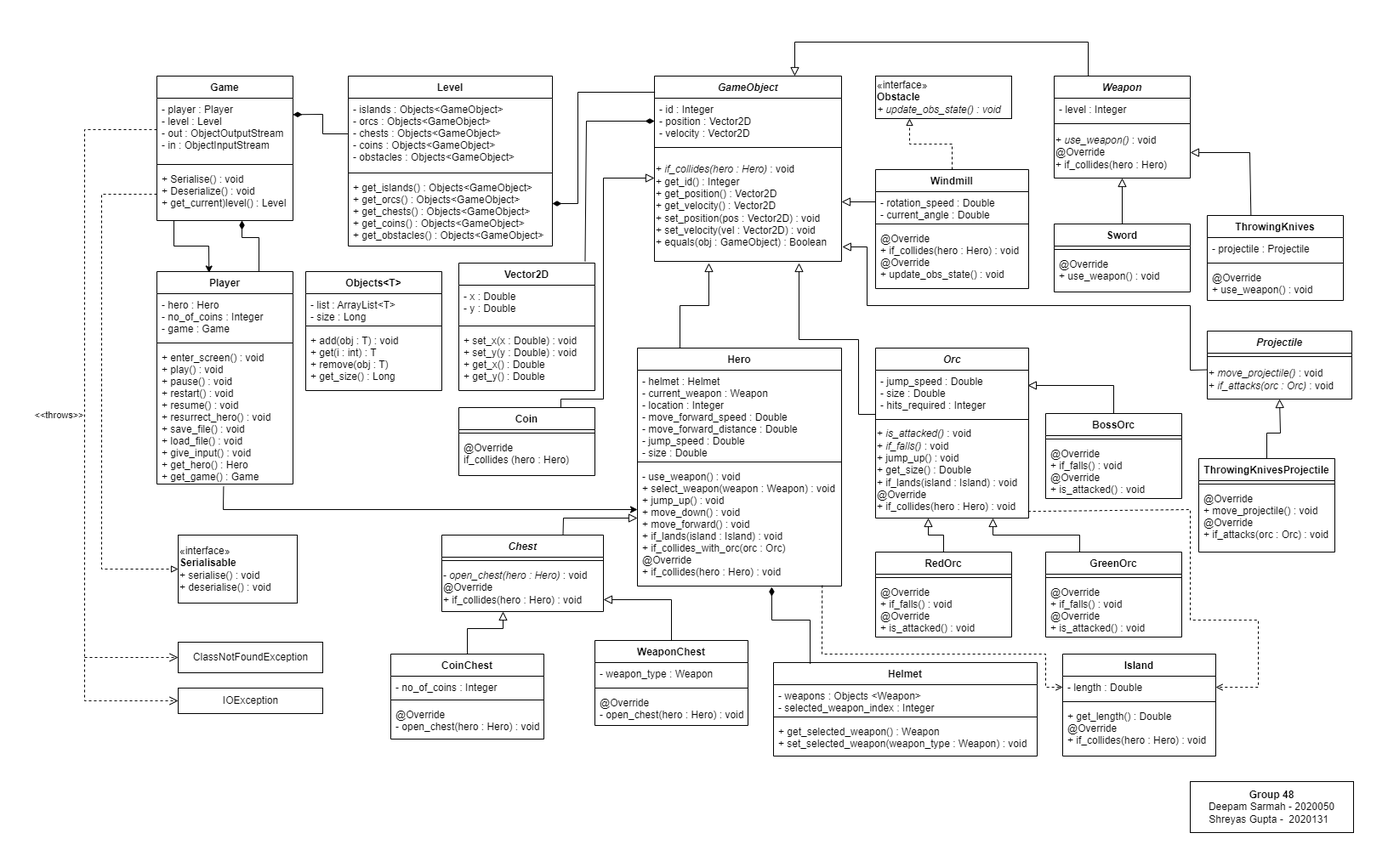
Before: UML Diagrams/UML Class Diagram - Group 48.png, a diagram exported from draw.io (deepam20050/WillHero-JavaFX). Source tidied: cells renumbered, new cells last; positions are measured from the earlier drawing's top-left corner, leaving out a move shared by most shapes.
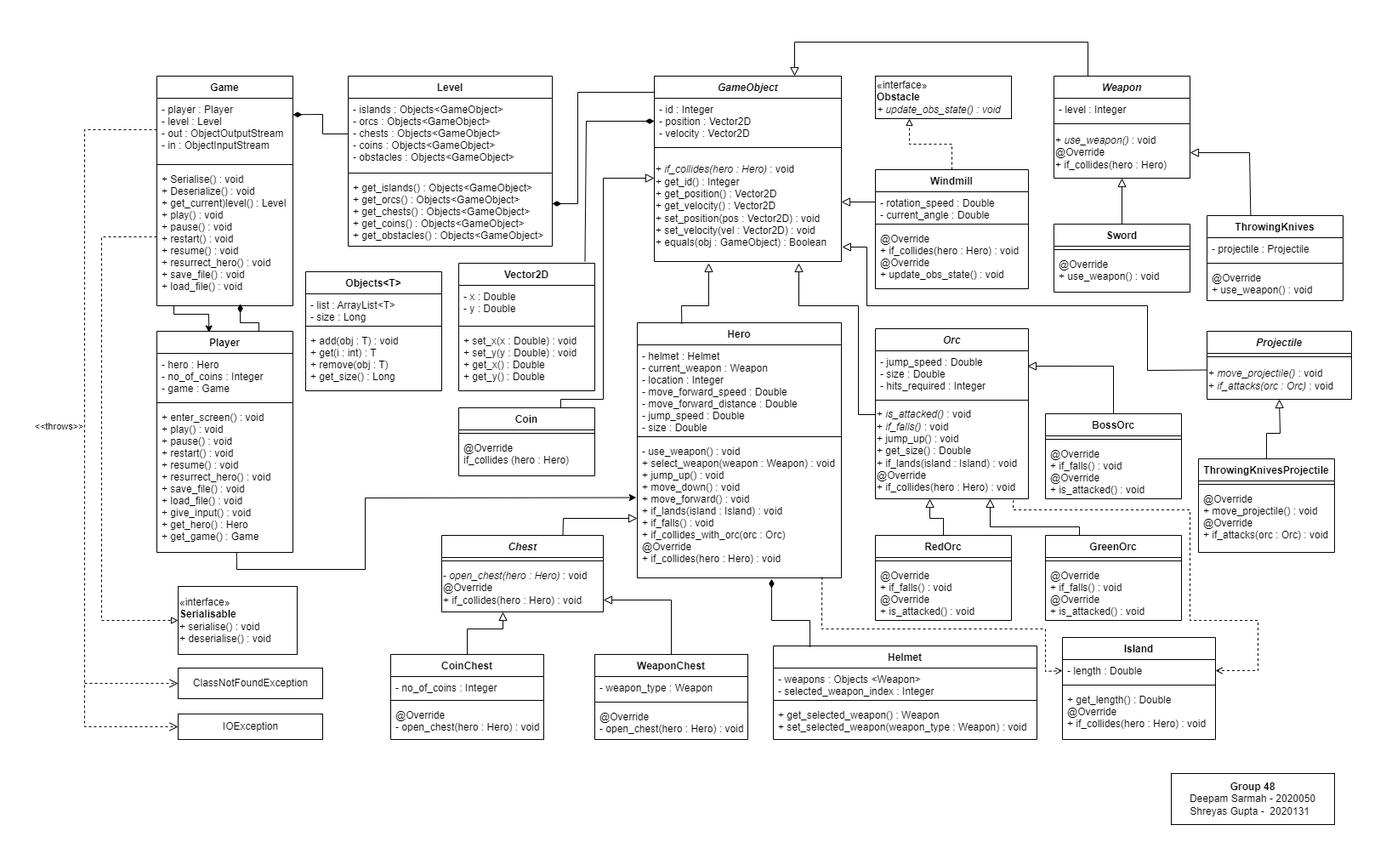
The same diagram one commit later.

Commit message:
Final Class Diagram

What changed in the source:
```diff
@@ -36,3 +36,3 @@
     <mxCell id="11" value="Hero" style="swimlane;fontStyle=1;align=center;verticalAlign=top;horizontal=1;startSize=26;" parent="1" vertex="1">
-      <mxGeometry x="650" y="360" width="240" height="280" as="geometry" />
+      <mxGeometry x="650" y="330" width="240" height="300" as="geometry" />
     </mxCell>
@@ -44,11 +44,10 @@
     </mxCell>
-    <mxCell id="14" value="- use_weapon() : void&#10;+ select_weapon(weapon : Weapon) : void&#10;+ jump_up() : void&#10;+ move_down() : void&#10;+ move_forward() : void&#10;+ if_lands(island : Island) : void&#10;+ if_collides_with_orc(orc : Orc)&#10;@Override&#10;+ if_collides(hero : Hero) : void" style="text;strokeColor=none;fillColor=none;align=left;verticalAlign=top;spacingLeft=4;spacingRight=4;overflow=hidden;points=[[0,0.5],[1,0.5]];portConstraint=eastwest;" parent="11" vertex="1">
-      <mxGeometry y="138" width="240" height="142" as="geometry" />
+    <mxCell id="14" value="- use_weapon() : void&#10;+ select_weapon(weapon : Weapon) : void&#10;+ jump_up() : void&#10;+ move_down() : void&#10;+ move_forward() : void&#10;+ if_lands(island : Island) : void&#10;+ if_falls() : void&#10;+ if_collides_with_orc(orc : Orc)&#10;@Override&#10;+ if_collides(hero : Hero) : void" style="text;strokeColor=none;fillColor=none;align=left;verticalAlign=top;spacingLeft=4;spacingRight=4;overflow=hidden;points=[[0,0.5],[1,0.5]];portConstraint=eastwest;" parent="11" vertex="1">
+      <mxGeometry y="138" width="240" height="162" as="geometry" />
     </mxCell>
-    <mxCell id="15" style="endArrow=block;html=1;rounded=0;align=center;verticalAlign=bottom;endFill=0;labelBackgroundColor=none;endSize=8;" parent="1" edge="1">
+    <mxCell id="15" style="endArrow=block;html=1;rounded=0;align=center;verticalAlign=bottom;endFill=0;labelBackgroundColor=none;endSize=8;exitX=0.218;exitY=0.003;exitDx=0;exitDy=0;exitPerimeter=0;" parent="1" edge="1" source="11">
       <mxGeometry relative="1" as="geometry">
-        <mxPoint x="700" y="360" as="sourcePoint" />
         <mxPoint x="734" y="260" as="targetPoint" />
         <Array as="points">
-          <mxPoint x="700" y="310" />
+          <mxPoint x="702" y="310" />
           <mxPoint x="734" y="310" />
@@ -101,3 +100,3 @@
     <mxCell id="28" value="WeaponChest" style="swimlane;fontStyle=1;align=center;verticalAlign=top;horizontal=1;startSize=26;" parent="1" vertex="1">
-      <mxGeometry x="600" y="704" width="180" height="100" as="geometry" />
+      <mxGeometry x="600" y="720" width="180" height="100" as="geometry" />
     </mxCell>
@@ -125,3 +124,3 @@
     <mxCell id="36" value="Orc" style="swimlane;fontStyle=3;align=center;verticalAlign=top;horizontal=1;startSize=26;" parent="1" vertex="1">
-      <mxGeometry x="930" y="360" width="180" height="200" as="geometry" />
+      <mxGeometry x="930" y="337" width="180" height="200" as="geometry" />
     </mxCell>
@@ -137,3 +136,3 @@
     <mxCell id="40" value="GreenOrc" style="swimlane;fontStyle=1;align=center;verticalAlign=top;horizontal=1;startSize=26;" parent="1" vertex="1">
-      <mxGeometry x="1130" y="600" width="160" height="100" as="geometry" />
+      <mxGeometry x="1130" y="580" width="160" height="100" as="geometry" />
     </mxCell>
@@ -146,3 +145,3 @@
     <mxCell id="43" value="RedOrc" style="swimlane;fontStyle=1;align=center;verticalAlign=top;horizontal=1;startSize=26;" parent="1" vertex="1">
-      <mxGeometry x="930" y="600" width="160" height="100" as="geometry" />
+      <mxGeometry x="930" y="580" width="160" height="100" as="geometry" />
     </mxCell>
@@ -164,3 +163,3 @@
     <mxCell id="49" value="Helmet" style="swimlane;fontStyle=1;align=center;verticalAlign=top;horizontal=1;startSize=26;" parent="1" vertex="1">
-      <mxGeometry x="810" y="730" width="310" height="110" as="geometry" />
+      <mxGeometry x="810" y="710" width="310" height="110" as="geometry" />
     </mxCell>
@@ -188,3 +187,3 @@
     <mxCell id="57" value="Island" style="swimlane;fontStyle=1;align=center;verticalAlign=top;horizontal=1;startSize=26;" parent="1" vertex="1">
-      <mxGeometry x="1150" y="720" width="180" height="120" as="geometry" />
+      <mxGeometry x="1150" y="700" width="180" height="120" as="geometry" />
     </mxCell>
@@ -200,3 +199,3 @@
     <mxCell id="61" value="Game" style="swimlane;fontStyle=1;align=center;verticalAlign=top;horizontal=1;startSize=26;" parent="1" vertex="1">
-      <mxGeometry x="85" y="40" width="160" height="170" as="geometry" />
+      <mxGeometry x="85" y="40" width="160" height="270" as="geometry" />
     </mxCell>
@@ -208,7 +207,7 @@
     </mxCell>
-    <mxCell id="64" value="+ Serialise() : void&#10;+ Deserialize() : void&#10;+ get_current)level() : Level" style="text;strokeColor=none;fillColor=none;align=left;verticalAlign=top;spacingLeft=4;spacingRight=4;overflow=hidden;points=[[0,0.5],[1,0.5]];portConstraint=eastwest;" parent="61" vertex="1">
-      <mxGeometry y="108" width="160" height="62" as="geometry" />
+    <mxCell id="64" value="+ Serialise() : void&#10;+ Deserialize() : void&#10;+ get_current)level() : Level&#10;+ play() : void&#10;+ pause() : void&#10;+ restart() : void&#10;+ resume() : void&#10;+ resurrect_hero() : void&#10;+ save_file() : void&#10;+ load_file() : void" style="text;strokeColor=none;fillColor=none;align=left;verticalAlign=top;spacingLeft=4;spacingRight=4;overflow=hidden;points=[[0,0.5],[1,0.5]];portConstraint=eastwest;" parent="61" vertex="1">
+      <mxGeometry y="108" width="160" height="162" as="geometry" />
     </mxCell>
     <mxCell id="65" value="Player" style="swimlane;fontStyle=1;align=center;verticalAlign=top;horizontal=1;startSize=26;" parent="1" vertex="1">
-      <mxGeometry x="85" y="270" width="160" height="250" as="geometry" />
+      <mxGeometry x="85" y="340" width="160" height="260" as="geometry" />
     </mxCell>
@@ -221,3 +220,3 @@
     <mxCell id="68" value="+ enter_screen() : void&#10;+ play() : void&#10;+ pause() : void&#10;+ restart() : void&#10;+ resume() : void&#10;+ resurrect_hero() : void&#10;+ save_file() : void&#10;+ load_file() : void&#10;+ give_input() : void&#10;+ get_hero() : Hero&#10;+ get_game() : Game&#10;" style="text;strokeColor=none;fillColor=none;align=left;verticalAlign=top;spacingLeft=4;spacingRight=4;overflow=hidden;points=[[0,0.5],[1,0.5]];portConstraint=eastwest;" parent="65" vertex="1">
-      <mxGeometry y="88" width="160" height="162" as="geometry" />
+      <mxGeometry y="88" width="160" height="172" as="geometry" />
     </mxCell>
@@ -277,4 +276,4 @@
           <mxPoint x="910" y="438" />
-          <mxPoint x="910" y="350" />
-          <mxPoint x="840" y="350" />
+          <mxPoint x="910" y="310" />
+          <mxPoint x="840" y="310" />
         </Array>
@@ -283,8 +282,7 @@
     </mxCell>
-    <mxCell id="79" style="endArrow=block;html=1;rounded=0;align=center;verticalAlign=bottom;endFill=0;labelBackgroundColor=none;endSize=8;exitX=0.5;exitY=0;exitDx=0;exitDy=0;" parent="1" edge="1" source="43">
+    <mxCell id="79" style="endArrow=block;html=1;rounded=0;align=center;verticalAlign=bottom;endFill=0;labelBackgroundColor=none;endSize=8;exitX=0.5;exitY=0;exitDx=0;exitDy=0;entryX=0.356;entryY=1;entryDx=0;entryDy=0;entryPerimeter=0;" parent="1" edge="1" source="43" target="39">
       <mxGeometry x="-1" y="173" relative="1" as="geometry">
-        <mxPoint x="992" y="560" as="targetPoint" />
         <Array as="points">
-          <mxPoint x="1010" y="580" />
-          <mxPoint x="992" y="580" />
+          <mxPoint x="1010" y="560" />
+          <mxPoint x="994" y="560" />
         </Array>
@@ -296,3 +294,3 @@
         <Array as="points">
-          <mxPoint x="1210" y="404" />
+          <mxPoint x="1210" y="381" />
         </Array>
@@ -301,8 +299,7 @@
     </mxCell>
-    <mxCell id="81" style="endArrow=block;html=1;rounded=0;align=center;verticalAlign=bottom;endFill=0;labelBackgroundColor=none;endSize=8;exitX=0.25;exitY=0;exitDx=0;exitDy=0;" parent="1" edge="1" source="40">
+    <mxCell id="81" style="endArrow=block;html=1;rounded=0;align=center;verticalAlign=bottom;endFill=0;labelBackgroundColor=none;endSize=8;exitX=0.25;exitY=0;exitDx=0;exitDy=0;entryX=0.75;entryY=1;entryDx=0;entryDy=0;" parent="1" edge="1" source="40" target="39">
       <mxGeometry x="-1" y="173" relative="1" as="geometry">
-        <mxPoint x="1068" y="560" as="targetPoint" />
         <Array as="points">
-          <mxPoint x="1170" y="580" />
-          <mxPoint x="1068" y="580" />
+          <mxPoint x="1170" y="570" />
+          <mxPoint x="1065" y="570" />
         </Array>
@@ -327,8 +324,7 @@
     </mxCell>
-    <mxCell id="84" style="endArrow=none;startArrow=diamondThin;endFill=0;startFill=1;html=1;verticalAlign=bottom;labelBackgroundColor=none;strokeWidth=1;startSize=8;endSize=8;rounded=0;entryX=0.75;entryY=0;entryDx=0;entryDy=0;" parent="1" edge="1" target="65">
+    <mxCell id="84" style="endArrow=none;startArrow=diamondThin;endFill=0;startFill=1;html=1;verticalAlign=bottom;labelBackgroundColor=none;strokeWidth=1;startSize=8;endSize=8;rounded=0;entryX=0.75;entryY=0;entryDx=0;entryDy=0;exitX=0.613;exitY=0.986;exitDx=0;exitDy=0;exitPerimeter=0;" parent="1" edge="1" source="64" target="65">
       <mxGeometry relative="1" as="geometry">
-        <mxPoint x="185" y="210" as="sourcePoint" />
         <Array as="points">
-          <mxPoint x="185" y="230" />
-          <mxPoint x="205" y="230" />
+          <mxPoint x="183" y="330" />
+          <mxPoint x="205" y="330" />
         </Array>
@@ -339,4 +335,4 @@
         <Array as="points">
-          <mxPoint x="105" y="240" />
-          <mxPoint x="146" y="240" />
+          <mxPoint x="105" y="320" />
+          <mxPoint x="146" y="320" />
         </Array>
@@ -344,7 +340,8 @@
     </mxCell>
-    <mxCell id="86" style="endArrow=classic;html=1;rounded=0;exitX=0.49;exitY=1.019;exitDx=0;exitDy=0;exitPerimeter=0;" parent="1" edge="1" source="68">
+    <mxCell id="86" style="endArrow=classic;html=1;rounded=0;exitX=0.586;exitY=1;exitDx=0;exitDy=0;exitPerimeter=0;entryX=-0.005;entryY=0.417;entryDx=0;entryDy=0;entryPerimeter=0;" parent="1" edge="1" source="68" target="14">
       <mxGeometry relative="1" as="geometry">
-        <mxPoint x="650" y="550" as="targetPoint" />
         <Array as="points">
-          <mxPoint x="163" y="550" />
+          <mxPoint x="179" y="620" />
+          <mxPoint x="330" y="620" />
+          <mxPoint x="330" y="536" />
         </Array>
@@ -438,4 +435,4 @@
         <Array as="points">
-          <mxPoint x="1300" y="386" />
-          <mxPoint x="1300" y="310" />
+          <mxPoint x="1250" y="386" />
+          <mxPoint x="1250" y="310" />
           <mxPoint x="920" y="310" />
@@ -456,6 +453,6 @@
     <mxCell id="111" value="ClassNotFoundException" style="html=1;" parent="1" vertex="1">
-      <mxGeometry x="110" y="706" width="170" height="36" as="geometry" />
+      <mxGeometry x="110" y="736" width="170" height="36" as="geometry" />
     </mxCell>
     <mxCell id="112" value="IOException" style="html=1;" parent="1" vertex="1">
-      <mxGeometry x="110" y="760" width="170" height="30" as="geometry" />
+      <mxGeometry x="110" y="790" width="170" height="30" as="geometry" />
     </mxCell>
@@ -465,3 +462,3 @@
           <mxPoint y="103" />
-          <mxPoint y="775" />
+          <mxPoint y="805" />
         </Array>
@@ -471,3 +468,3 @@
       <mxGeometry relative="1" as="geometry">
-        <mxPoint y="724" as="sourcePoint" />
+        <mxPoint y="754" as="sourcePoint" />
       </mxGeometry>
@@ -475,3 +472,3 @@
     <mxCell id="115" value="«interface»&lt;br&gt;&lt;b&gt;Serialisable&lt;/b&gt;&lt;br&gt;+ serialise() : void&lt;br&gt;+ deserialise() : void" style="html=1;align=left;" parent="1" vertex="1">
-      <mxGeometry x="110" y="580" width="140" height="80" as="geometry" />
+      <mxGeometry x="110" y="640" width="140" height="80" as="geometry" />
     </mxCell>
@@ -480,4 +477,4 @@
         <Array as="points">
-          <mxPoint x="20" y="179" />
-          <mxPoint x="20" y="620" />
+          <mxPoint x="20" y="229" />
+          <mxPoint x="20" y="680" />
         </Array>
@@ -488,5 +485,5 @@
         <Array as="points">
-          <mxPoint x="867" y="720" />
-          <mxPoint x="1130" y="720" />
-          <mxPoint x="1130" y="759" />
+          <mxPoint x="867" y="690" />
+          <mxPoint x="1130" y="690" />
+          <mxPoint x="1130" y="740" />
         </Array>
@@ -494,5 +491,6 @@
     </mxCell>
-    <mxCell id="118" style="html=1;verticalAlign=bottom;labelBackgroundColor=none;endArrow=open;endFill=0;dashed=1;rounded=0;exitX=0.996;exitY=0.93;exitDx=0;exitDy=0;exitPerimeter=0;entryX=1;entryY=0.5;entryDx=0;entryDy=0;" parent="1" edge="1" source="39" target="58">
+    <mxCell id="118" style="html=1;verticalAlign=bottom;labelBackgroundColor=none;endArrow=open;endFill=0;dashed=1;rounded=0;exitX=0.902;exitY=1.014;exitDx=0;exitDy=0;exitPerimeter=0;entryX=1;entryY=0.5;entryDx=0;entryDy=0;" parent="1" edge="1" source="39" target="58">
       <mxGeometry relative="1" as="geometry">
         <Array as="points">
+          <mxPoint x="1092" y="550" />
           <mxPoint x="1300" y="550" />
@@ -500,3 +498,3 @@
           <mxPoint x="1380" y="680" />
-          <mxPoint x="1380" y="759" />
+          <mxPoint x="1380" y="739" />
         </Array>
@@ -516,3 +514,3 @@
     <mxCell id="121" value="&lt;b&gt;Group 48&lt;/b&gt;&lt;br&gt;Deepam Sarmah - 2020050&lt;br&gt;Shreyas Gupta -&amp;nbsp; 2020131&amp;nbsp;&amp;nbsp;" style="rounded=0;whiteSpace=wrap;html=1;" parent="1" vertex="1">
-      <mxGeometry x="1300" y="870" width="192" height="60" as="geometry" />
+      <mxGeometry x="1278" y="860" width="192" height="60" as="geometry" />
     </mxCell>
```
